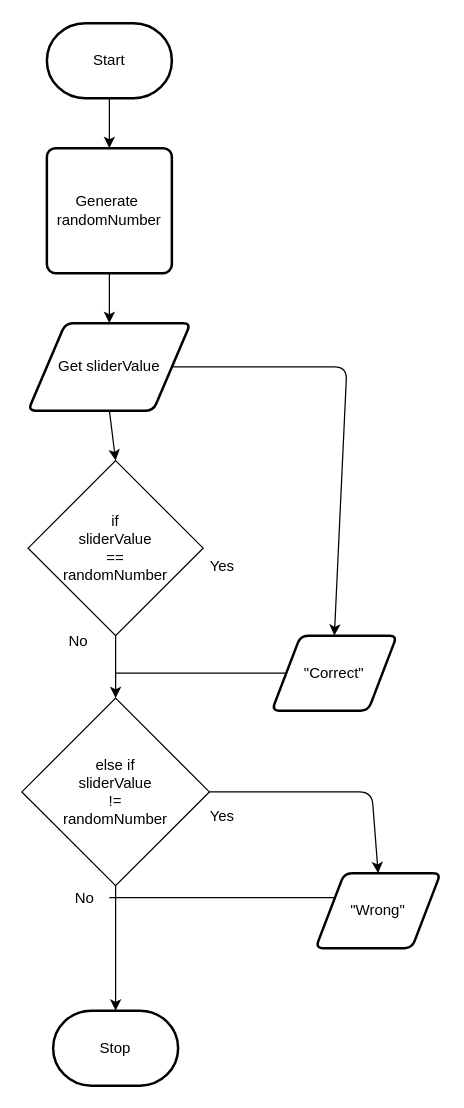
MTHS-ICD2O-1-2023/ICD2O-Unit-5-02-manya-feng keeps this draw.io diagram as design/flowchart.drawio. Above is the earlier version. Source tidied: cells renumbered, new cells numbered last; positions are measured from the earlier drawing's top-left corner, leaving out a move shared by most shapes. Both pictures are drawn from the tidied source at 125%, with x=0, y=0 at pixel (21, 22).
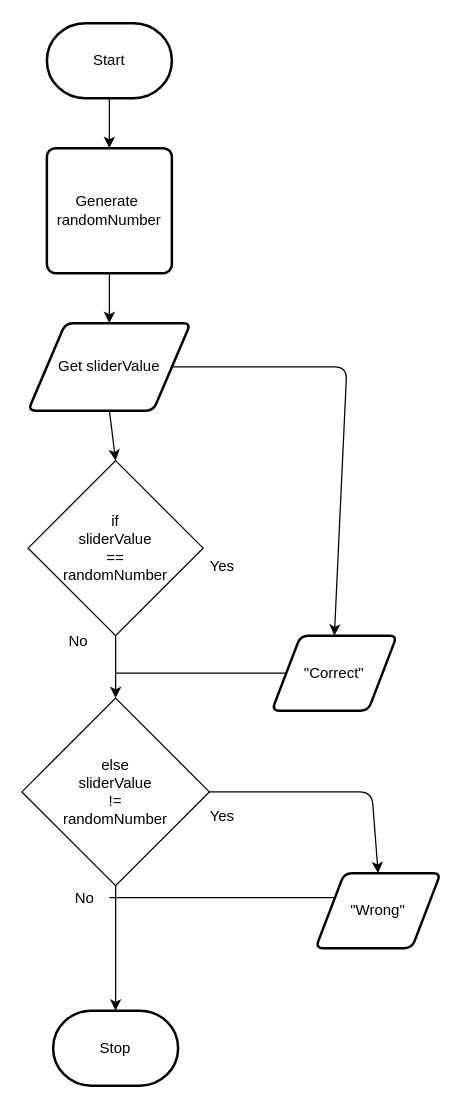
The same diagram, later.

Change to the diagram source:
```diff
@@
-    <mxCell id="16" value="else if&lt;br&gt;sliderValue&lt;br&gt;!=&lt;br&gt;randomNumber" style="rhombus;whiteSpace=wrap;html=1;" parent="1" vertex="1">
+    <mxCell id="16" value="else&lt;br&gt;sliderValue&lt;br&gt;!=&lt;br&gt;randomNumber" style="rhombus;whiteSpace=wrap;html=1;" parent="1" vertex="1">
       <mxGeometry y="540" width="150" height="150" as="geometry" />
     </mxCell>
```
